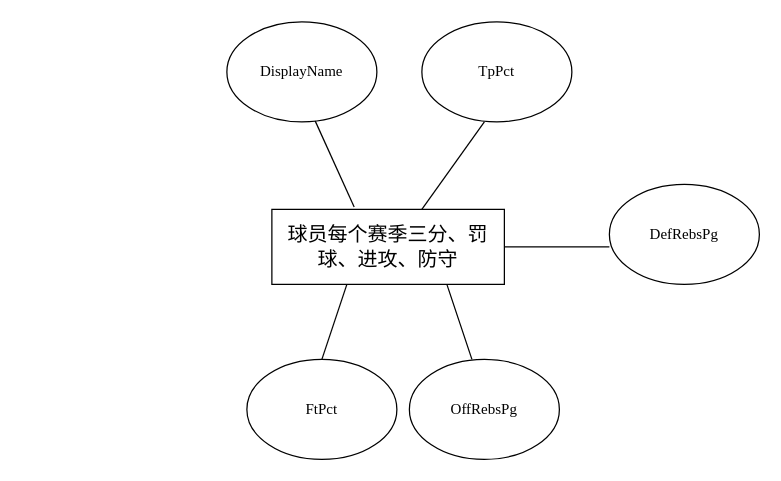
cyxnzb/XingHeTest keeps this draw.io diagram as secret_project/11.drawio. Above is the earlier version. Source tidied: cells renumbered, new cells numbered last; positions are measured from the earlier drawing's top-left corner, leaving out a move shared by most shapes. Both pictures are drawn from the tidied source at 125%, with x=0, y=0 at pixel (226, 21).
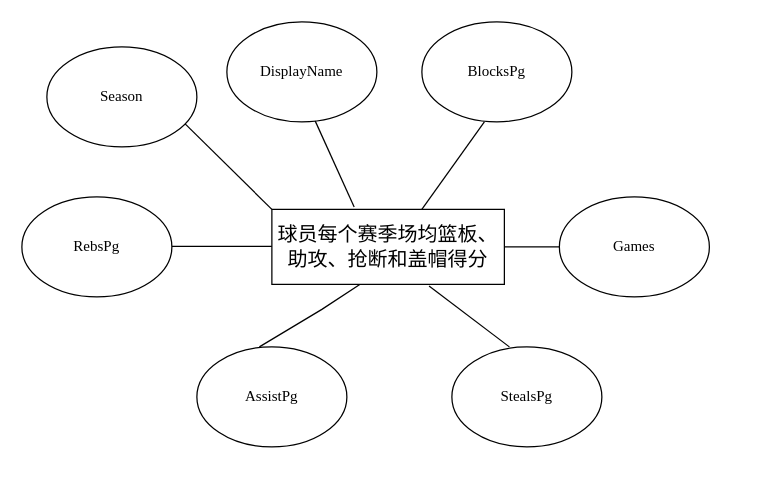
The same page after the edit.

What changed in the source:
```diff
@@
-    <mxCell id="2" value="&lt;p class=&quot;MsoNormal&quot;&gt;&lt;span style=&quot;font-size: 12pt;&quot;&gt;&lt;font face=&quot;Times New Roman&quot;&gt;球员每个赛季三分、罚球、进攻、防守&lt;/font&gt;&lt;/span&gt;&lt;/p&gt;" style="rounded=0;whiteSpace=wrap;html=1;" parent="1" vertex="1">
+    <mxCell id="2" value="&lt;p class=&quot;MsoNormal&quot;&gt;&lt;span style=&quot;font-size: 12pt;&quot;&gt;&lt;font face=&quot;Times New Roman&quot;&gt;球员每个赛季场均篮板、助攻、抢断和盖帽得分&lt;/font&gt;&lt;/span&gt;&lt;/p&gt;" style="rounded=0;whiteSpace=wrap;html=1;" parent="1" vertex="1">
       <mxGeometry x="36" y="150" width="186" height="60" as="geometry" />
     </mxCell>
@@
+    <mxCell id="13" style="endArrow=none;html=1;rounded=0;exitX=1;exitY=0.5;exitDx=0;exitDy=0;" parent="1" edge="1" source="2">
+      <mxGeometry relative="1" as="geometry">
+        <mxPoint x="266" y="180" as="targetPoint" />
+      </mxGeometry>
+    </mxCell>
+    <mxCell id="14" value="&lt;font face=&quot;Times New Roman&quot;&gt;Games&lt;/font&gt;" style="ellipse;whiteSpace=wrap;html=1;" parent="1" vertex="1">
+      <mxGeometry x="266" y="140" width="120" height="80" as="geometry" />
+    </mxCell>
+    <mxCell id="15" style="endArrow=none;html=1;rounded=0;" parent="1" edge="1">
+      <mxGeometry relative="1" as="geometry">
+        <mxPoint x="-44" y="179.5" as="sourcePoint" />
+        <mxPoint x="36" y="179.5" as="targetPoint" />
+      </mxGeometry>
+    </mxCell>
+    <mxCell id="16" value="&lt;pre style=&quot;&quot;&gt;&lt;font face=&quot;Times New Roman&quot;&gt;&lt;span style=&quot;white-space: normal;&quot;&gt;RebsPg&lt;/span&gt;&lt;/font&gt;&lt;/pre&gt;" style="ellipse;whiteSpace=wrap;html=1;" parent="1" vertex="1">
+      <mxGeometry x="-164" y="140" width="120" height="80" as="geometry" />
+    </mxCell>
+    <mxCell id="17" style="endArrow=none;html=1;rounded=0;exitX=0.378;exitY=1.001;exitDx=0;exitDy=0;entryX=0.5;entryY=0;entryDx=0;entryDy=0;exitPerimeter=0;" parent="1" edge="1" source="2">
+      <mxGeometry relative="1" as="geometry">
+        <mxPoint x="26" y="260" as="targetPoint" />
+        <Array as="points">
+          <mxPoint x="76" y="230" />
+        </Array>
+      </mxGeometry>
+    </mxCell>
+    <mxCell id="18" value="&lt;font face=&quot;Times New Roman&quot;&gt;AssistPg&lt;/font&gt;" style="ellipse;whiteSpace=wrap;html=1;" parent="1" vertex="1">
+      <mxGeometry x="-24" y="260" width="120" height="80" as="geometry" />
+    </mxCell>
-    <mxCell id="5" style="endArrow=none;html=1;rounded=0;entryX=0.5;entryY=0;entryDx=0;entryDy=0;" parent="1" edge="1" target="6">
+    <mxCell id="5" style="endArrow=none;html=1;rounded=0;exitX=0.676;exitY=1.022;exitDx=0;exitDy=0;exitPerimeter=0;" parent="1" edge="1" source="2">
       <mxGeometry relative="1" as="geometry">
-        <mxPoint x="96" y="210" as="sourcePoint" />
+        <mxPoint x="226" y="260" as="targetPoint" />
       </mxGeometry>
     </mxCell>
-    <mxCell id="6" value="&lt;font face=&quot;Times New Roman&quot;&gt;FtPct&lt;/font&gt;" style="ellipse;whiteSpace=wrap;html=1;" parent="1" vertex="1">
-      <mxGeometry x="16" y="270" width="120" height="80" as="geometry" />
+    <mxCell id="6" value="&lt;font face=&quot;Times New Roman&quot;&gt;StealsPg&lt;/font&gt;" style="ellipse;whiteSpace=wrap;html=1;" parent="1" vertex="1">
+      <mxGeometry x="180" y="260" width="120" height="80" as="geometry" />
     </mxCell>
@@
-    <mxCell id="8" value="&lt;font face=&quot;Times New Roman&quot;&gt;TpPct&lt;/font&gt;" style="ellipse;whiteSpace=wrap;html=1;" parent="1" vertex="1">
+    <mxCell id="8" value="&lt;font face=&quot;Times New Roman&quot;&gt;BlocksPg&lt;/font&gt;" style="ellipse;whiteSpace=wrap;html=1;" parent="1" vertex="1">
       <mxGeometry x="156" width="120" height="80" as="geometry" />
     </mxCell>
-    <mxCell id="9" value="&lt;font face=&quot;Times New Roman&quot;&gt;OffRebsPg&lt;/font&gt;" style="ellipse;whiteSpace=wrap;html=1;" parent="1" vertex="1">
-      <mxGeometry x="146" y="270" width="120" height="80" as="geometry" />
-    </mxCell>
-    <mxCell id="10" style="endArrow=none;html=1;rounded=0;entryX=0.417;entryY=0;entryDx=0;entryDy=0;entryPerimeter=0;" parent="1" edge="1" target="9">
-      <mxGeometry relative="1" as="geometry">
-        <mxPoint x="176" y="210" as="sourcePoint" />
-      </mxGeometry>
-    </mxCell>
-    <mxCell id="11" style="endArrow=none;html=1;rounded=0;exitX=0.645;exitY=0;exitDx=0;exitDy=0;exitPerimeter=0;" parent="1" edge="1">
-      <mxGeometry relative="1" as="geometry">
-        <mxPoint x="222" y="180" as="sourcePoint" />
-        <mxPoint x="306" y="180" as="targetPoint" />
-      </mxGeometry>
-    </mxCell>
-    <mxCell id="12" value="&lt;font face=&quot;Times New Roman&quot;&gt;DefRebsPg&lt;/font&gt;" style="ellipse;whiteSpace=wrap;html=1;" parent="1" vertex="1">
-      <mxGeometry x="306" y="130" width="120" height="80" as="geometry" />
-    </mxCell>
+    <mxCell id="19" style="endArrow=none;html=1;rounded=0;exitX=0.354;exitY=-0.031;exitDx=0;exitDy=0;exitPerimeter=0;" parent="1" edge="1">
+      <mxGeometry relative="1" as="geometry">
+        <mxPoint x="36" y="150" as="sourcePoint" />
+        <mxPoint x="-34" y="81" as="targetPoint" />
+      </mxGeometry>
+    </mxCell>
+    <mxCell id="20" value="&lt;pre style=&quot;&quot;&gt;&lt;font face=&quot;Times New Roman&quot;&gt;&lt;span style=&quot;white-space: normal;&quot;&gt;Season&lt;/span&gt;&lt;/font&gt;&lt;/pre&gt;" style="ellipse;whiteSpace=wrap;html=1;" parent="1" vertex="1">
+      <mxGeometry x="-144" y="20" width="120" height="80" as="geometry" />
+    </mxCell>
```
